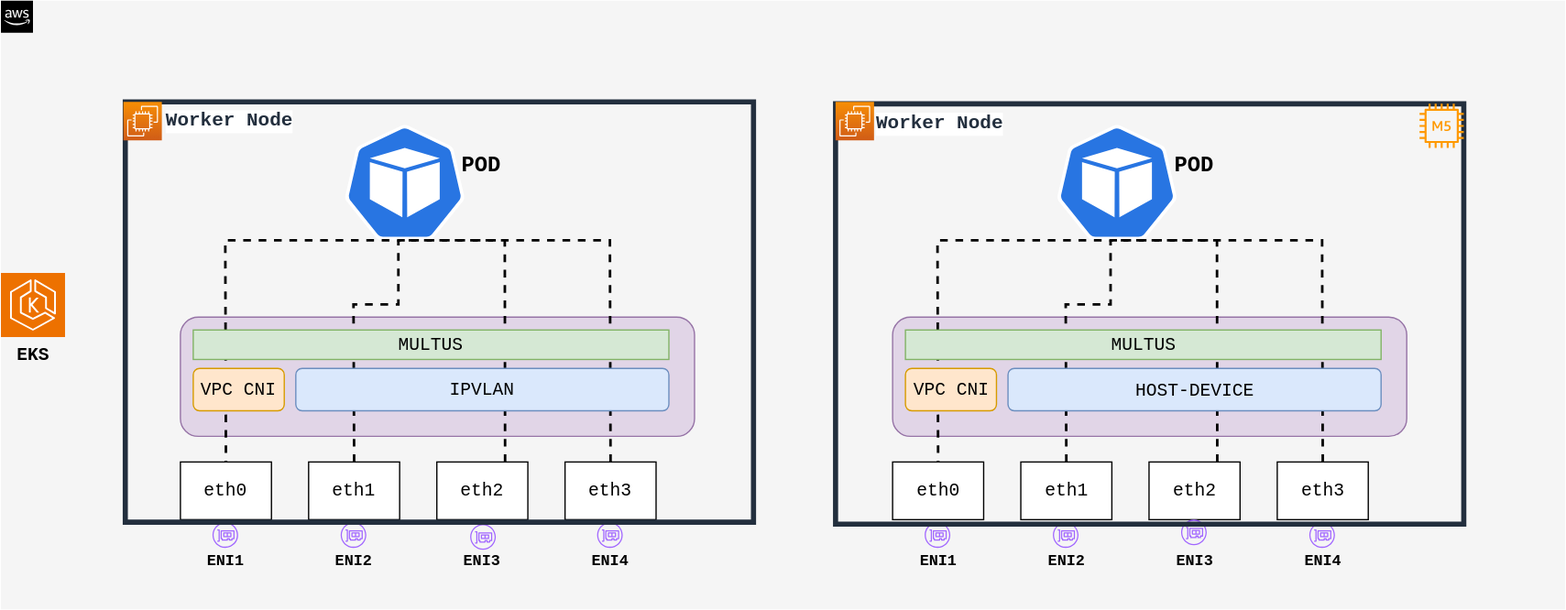
This is docs/diagrams/arch.drawio.svg from johnlam90/aws-multi-eni-controller, a draw.io export, as it was before one commit. Source tidied: cells renumbered, new cells last; positions are measured from the earlier drawing's top-left corner, leaving out a move shared by most shapes.
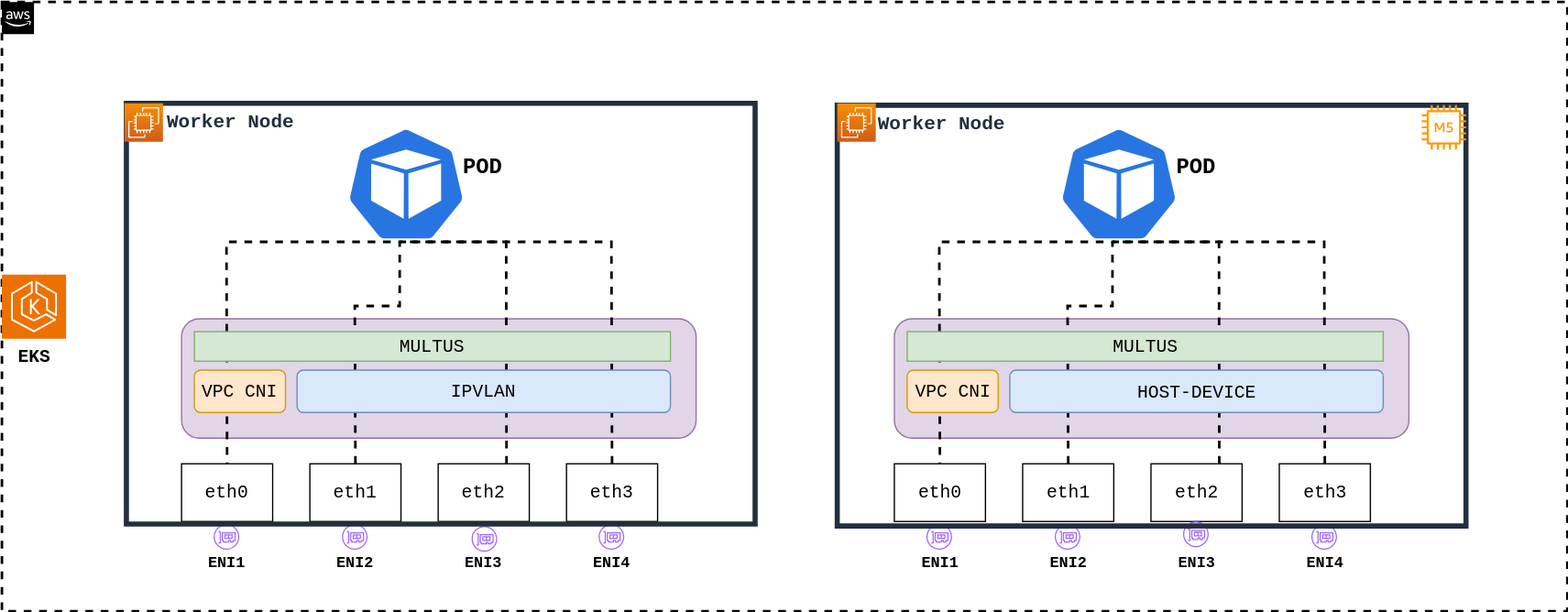
Above is the later version.

Diff of the diagram source:
```diff
@@ -2,7 +2,7 @@
   <root>
     <mxCell id="0" />
     <mxCell id="1" parent="0" />
-    <mxCell id="2" style="html=1;whiteSpace=wrap;fontSize=12;fontStyle=0;shape=mxgraph.aws4.group;grIcon=mxgraph.aws4.group_aws_cloud_alt;strokeColor=none;fillColor=#f5f5f5;verticalAlign=top;align=left;spacingLeft=30;dashed=1;labelBackgroundColor=#ffffff;strokeWidth=2;fontColor=#333333;" parent="1" vertex="1">
+    <mxCell id="2" style="html=1;whiteSpace=wrap;fontSize=12;fontStyle=0;shape=mxgraph.aws4.group;grIcon=mxgraph.aws4.group_aws_cloud_alt;verticalAlign=top;align=left;spacingLeft=30;dashed=1;labelBackgroundColor=#ffffff;strokeWidth=2;" parent="1" vertex="1">
       <mxGeometry width="1220" height="475" as="geometry" />
     </mxCell>
     <mxCell id="3" style="sketch=0;fontColor=#232F3E;gradientColor=none;fillColor=#A166FF;strokeColor=none;dashed=0;verticalLabelPosition=bottom;verticalAlign=top;align=center;html=1;fontSize=12;fontStyle=0;shape=mxgraph.aws4.elastic_network_interface;" parent="1" vertex="1">
```
